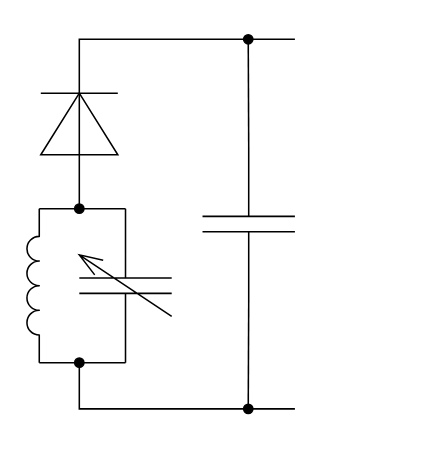
Before: page "radio" (1 of 2) of fig/fig.drawio in m20079/AM-radio, a draw.io diagram. Source tidied: cells renumbered, new cells numbered last; positions are measured from the earlier drawing's top-left corner, leaving out a move shared by most shapes. Both pictures are drawn from the tidied source at 154%, with x=0, y=0 at pixel (-45, 38).
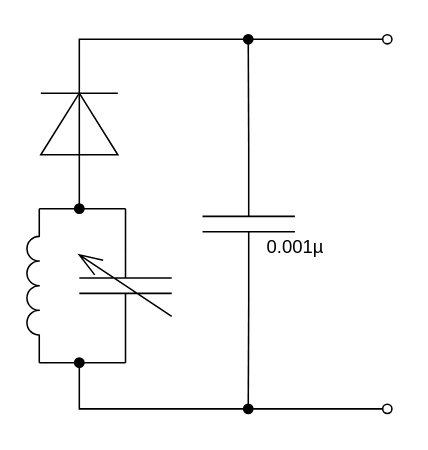
Above is the later version.

The edit, as a diff of the source:
```diff
@@
-    <mxCell id="7" style="endArrow=none;html=1;rounded=0;endFill=0;startArrow=oval;startFill=1;" parent="1" edge="1">
+    <mxCell id="7" style="endArrow=oval;html=1;rounded=0;endFill=0;startArrow=oval;startFill=1;" parent="1" edge="1">
       <mxGeometry relative="1" as="geometry">
         <mxPoint x="80" y="110" as="sourcePoint" />
-        <mxPoint x="220" as="targetPoint" />
+        <mxPoint x="280" as="targetPoint" />
         <Array as="points">
           <mxPoint x="80" />
         </Array>
       </mxGeometry>
     </mxCell>
@@
-    <mxCell id="9" style="endArrow=none;html=1;rounded=0;endFill=0;startArrow=oval;startFill=1;" parent="1" edge="1">
+    <mxCell id="9" style="endArrow=oval;html=1;rounded=0;endFill=0;startArrow=oval;startFill=1;" parent="1" edge="1">
       <mxGeometry relative="1" as="geometry">
         <mxPoint x="80" y="210" as="sourcePoint" />
-        <mxPoint x="220" y="240" as="targetPoint" />
+        <mxPoint x="280" y="240" as="targetPoint" />
         <Array as="points">
           <mxPoint x="80" y="240" />
         </Array>
       </mxGeometry>
     </mxCell>
@@
+    <mxCell id="13" value="0.001µ" style="text;html=1;align=center;verticalAlign=middle;strokeColor=none;fillColor=none;" parent="1" vertex="1">
+      <mxGeometry x="190" y="120" width="60" height="30" as="geometry" />
+    </mxCell>
```
